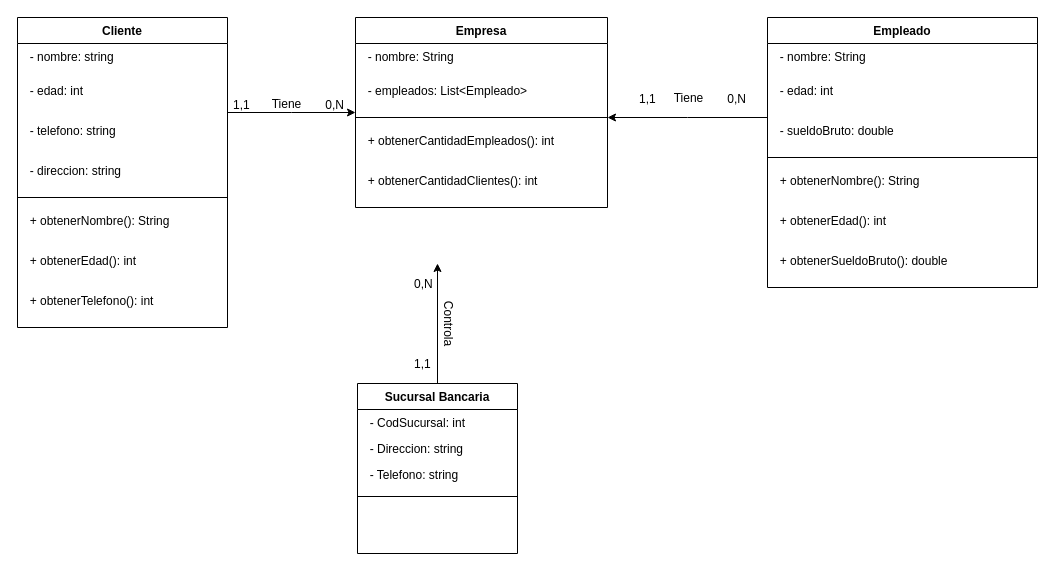
The draw.io diagram DEVELOPMENT ENVIRONMENT/PRÁCTICA 7.1/Ejercicio 1.drawio in SerDieFer/1-DAW, before the edit. Source tidied: cells renumbered, new cells numbered last; positions are measured from the earlier drawing's top-left corner, leaving out a move shared by most shapes. Both pictures are drawn from the tidied source at 100%, with x=0, y=0 at pixel (17, 17).
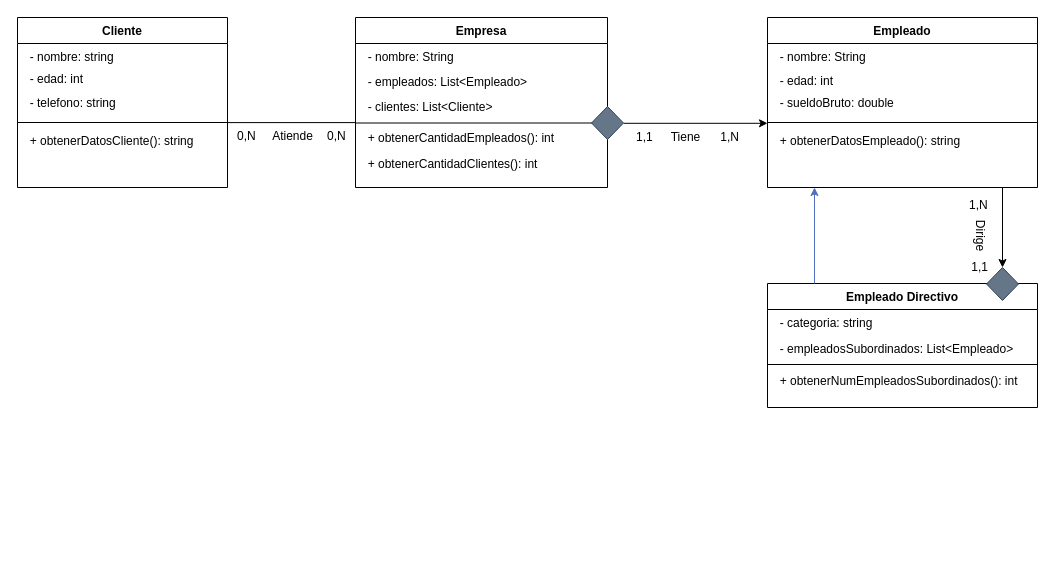
After the change.

Diff of the diagram source:
```diff
@@
     <mxCell id="2" value="Cliente" style="swimlane;fontStyle=1;align=center;verticalAlign=top;horizontal=1;startSize=26;rounded=0;shadow=0;strokeWidth=1;" parent="1" vertex="1">
-      <mxGeometry width="210" height="310" as="geometry" />
+      <mxGeometry width="210" height="170" as="geometry" />
     </mxCell>
+    <mxCell id="42" style="group;" parent="2" vertex="1">
+      <mxGeometry y="26" width="210" height="74" as="geometry" />
+    </mxCell>
-    <mxCell id="3" value="  - nombre: string" style="text;align=left;verticalAlign=top;spacingLeft=4;spacingRight=4;overflow=hidden;" parent="2" vertex="1">
-      <mxGeometry y="26" width="210" height="34" as="geometry" />
+    <mxCell id="3" value="  - nombre: string" style="text;align=left;verticalAlign=top;spacingLeft=4;spacingRight=4;overflow=hidden;" parent="42" vertex="1">
+      <mxGeometry width="210" height="22.1" as="geometry" />
     </mxCell>
-    <mxCell id="4" value="  - edad: int" style="text;align=left;verticalAlign=top;spacingLeft=4;spacingRight=4;overflow=hidden;" parent="2" vertex="1">
-      <mxGeometry y="60" width="210" height="40" as="geometry" />
+    <mxCell id="4" value="  - edad: int" style="text;align=left;verticalAlign=top;spacingLeft=4;spacingRight=4;overflow=hidden;" parent="42" vertex="1">
+      <mxGeometry y="22.1" width="210" height="26" as="geometry" />
     </mxCell>
-    <mxCell id="5" value="  - telefono: string" style="text;align=left;verticalAlign=top;spacingLeft=4;spacingRight=4;overflow=hidden;rounded=0;shadow=0;html=0;" parent="2" vertex="1">
-      <mxGeometry y="100" width="210" height="40" as="geometry" />
+    <mxCell id="5" value="  - telefono: string" style="text;align=left;verticalAlign=top;spacingLeft=4;spacingRight=4;overflow=hidden;rounded=0;shadow=0;html=0;" parent="42" vertex="1">
+      <mxGeometry y="46.2" width="210" height="27.8" as="geometry" />
     </mxCell>
-    <mxCell id="6" value="  - direccion: string" style="text;align=left;verticalAlign=top;spacingLeft=4;spacingRight=4;overflow=hidden;rounded=0;shadow=0;html=0;" parent="2" vertex="1">
-      <mxGeometry y="140" width="210" height="30" as="geometry" />
-    </mxCell>
     <mxCell id="7" style="line;html=1;strokeWidth=1;align=left;verticalAlign=middle;spacingTop=-1;spacingLeft=3;spacingRight=3;labelPosition=right;" parent="2" vertex="1">
-      <mxGeometry y="170" width="210" height="20" as="geometry" />
+      <mxGeometry y="100" width="210" height="10" as="geometry" />
     </mxCell>
-    <mxCell id="8" value="  + obtenerNombre(): String" style="text;align=left;verticalAlign=top;spacingLeft=4;spacingRight=4;overflow=hidden;" parent="2" vertex="1">
-      <mxGeometry y="190" width="210" height="40" as="geometry" />
-    </mxCell>
-    <mxCell id="9" value="  + obtenerEdad(): int" style="text;align=left;verticalAlign=top;spacingLeft=4;spacingRight=4;overflow=hidden;rounded=0;shadow=0;html=0;" parent="2" vertex="1">
-      <mxGeometry y="230" width="210" height="40" as="geometry" />
-    </mxCell>
-    <mxCell id="10" value="  + obtenerTelefono(): int" style="text;align=left;verticalAlign=top;spacingLeft=4;spacingRight=4;overflow=hidden;rounded=0;shadow=0;html=0;" parent="2" vertex="1">
-      <mxGeometry y="270" width="210" height="40" as="geometry" />
-    </mxCell>
-    <mxCell id="11" style="edgeStyle=orthogonalEdgeStyle;rounded=0;jettySize=auto;html=1;exitX=0.5;exitY=0;exitDx=0;exitDy=0;endArrow=classic;endFill=1;" parent="1" edge="1" source="12">
-      <mxGeometry relative="1" as="geometry">
-        <mxPoint x="420" y="246" as="targetPoint" />
-      </mxGeometry>
-    </mxCell>
-    <mxCell id="12" value="Sucursal Bancaria" style="swimlane;fontStyle=1;align=center;verticalAlign=top;horizontal=1;startSize=26;rounded=0;shadow=0;strokeWidth=1;" parent="1" vertex="1">
-      <mxGeometry x="340" y="366" width="160" height="170" as="geometry" />
-    </mxCell>
-    <mxCell id="13" value="  - CodSucursal: int" style="text;align=left;verticalAlign=top;spacingLeft=4;spacingRight=4;overflow=hidden;" parent="12" vertex="1">
-      <mxGeometry y="26" width="160" height="26" as="geometry" />
-    </mxCell>
-    <mxCell id="14" value="  - Direccion: string" style="text;align=left;verticalAlign=top;spacingLeft=4;spacingRight=4;overflow=hidden;rounded=0;shadow=0;html=0;" parent="12" vertex="1">
-      <mxGeometry y="52" width="160" height="26" as="geometry" />
-    </mxCell>
-    <mxCell id="15" value="  - Telefono: string" style="text;align=left;verticalAlign=top;spacingLeft=4;spacingRight=4;overflow=hidden;rounded=0;shadow=0;html=0;" parent="12" vertex="1">
-      <mxGeometry y="78" width="160" height="32" as="geometry" />
-    </mxCell>
-    <mxCell id="16" style="line;html=1;strokeWidth=1;align=left;verticalAlign=middle;spacingTop=-1;spacingLeft=3;spacingRight=3;labelPosition=right;" parent="12" vertex="1">
-      <mxGeometry y="110" width="160" height="6" as="geometry" />
-    </mxCell>
+    <mxCell id="43" value="  + obtenerDatosCliente(): string" style="text;align=left;verticalAlign=top;spacingLeft=4;spacingRight=4;overflow=hidden;rounded=0;shadow=0;html=0;" parent="2" vertex="1">
+      <mxGeometry y="110" width="210" height="60" as="geometry" />
+    </mxCell>
     <mxCell id="17" value="Empleado" style="swimlane;fontStyle=1;align=center;verticalAlign=top;horizontal=1;startSize=26;rounded=0;shadow=0;strokeWidth=1;" parent="1" vertex="1">
-      <mxGeometry x="750" width="270" height="270" as="geometry" />
+      <mxGeometry x="750" width="270" height="170" as="geometry" />
     </mxCell>
+    <mxCell id="44" style="group;" parent="17" vertex="1">
+      <mxGeometry y="26" width="270" height="74" as="geometry" />
+    </mxCell>
-    <mxCell id="18" value="  - nombre: String" style="text;align=left;verticalAlign=top;spacingLeft=4;spacingRight=4;overflow=hidden;rounded=0;shadow=0;html=0;" parent="17" vertex="1">
-      <mxGeometry y="26" width="270" height="34" as="geometry" />
+    <mxCell id="18" value="  - nombre: String" style="text;align=left;verticalAlign=top;spacingLeft=4;spacingRight=4;overflow=hidden;rounded=0;shadow=0;html=0;" parent="44" vertex="1">
+      <mxGeometry width="270" height="24.2" as="geometry" />
     </mxCell>
-    <mxCell id="19" value="  - edad: int&#10;" style="text;align=left;verticalAlign=top;spacingLeft=4;spacingRight=4;overflow=hidden;rounded=0;shadow=0;html=0;" parent="17" vertex="1">
-      <mxGeometry y="60" width="270" height="40" as="geometry" />
+    <mxCell id="19" value="  - edad: int&#10;" style="text;align=left;verticalAlign=top;spacingLeft=4;spacingRight=4;overflow=hidden;rounded=0;shadow=0;html=0;" parent="44" vertex="1">
+      <mxGeometry y="24.2" width="270" height="25.8" as="geometry" />
     </mxCell>
-    <mxCell id="20" value="  - sueldoBruto: double&#10;" style="text;align=left;verticalAlign=top;spacingLeft=4;spacingRight=4;overflow=hidden;rounded=0;shadow=0;html=0;" parent="17" vertex="1">
-      <mxGeometry y="100" width="270" height="30" as="geometry" />
+    <mxCell id="20" value="  - sueldoBruto: double&#10;" style="text;align=left;verticalAlign=top;spacingLeft=4;spacingRight=4;overflow=hidden;rounded=0;shadow=0;html=0;" parent="44" vertex="1">
+      <mxGeometry y="46" width="270" height="21.3" as="geometry" />
     </mxCell>
     <mxCell id="21" style="line;html=1;strokeWidth=1;align=left;verticalAlign=middle;spacingTop=-1;spacingLeft=3;spacingRight=3;labelPosition=right;" parent="17" vertex="1">
-      <mxGeometry y="130" width="270" height="20" as="geometry" />
+      <mxGeometry y="100" width="270" height="10" as="geometry" />
     </mxCell>
-    <mxCell id="22" value="  + obtenerNombre(): String" style="text;align=left;verticalAlign=top;spacingLeft=4;spacingRight=4;overflow=hidden;" parent="17" vertex="1">
-      <mxGeometry y="150" width="270" height="40" as="geometry" />
-    </mxCell>
-    <mxCell id="23" value="  + obtenerEdad(): int" style="text;align=left;verticalAlign=top;spacingLeft=4;spacingRight=4;overflow=hidden;rounded=0;shadow=0;html=0;" parent="17" vertex="1">
-      <mxGeometry y="190" width="270" height="40" as="geometry" />
-    </mxCell>
-    <mxCell id="24" value="  + obtenerSueldoBruto(): double" style="text;align=left;verticalAlign=top;spacingLeft=4;spacingRight=4;overflow=hidden;rounded=0;shadow=0;html=0;" parent="17" vertex="1">
-      <mxGeometry y="230" width="270" height="40" as="geometry" />
-    </mxCell>
-    <mxCell id="25" style="endArrow=classic;endSize=6;endFill=1;shadow=0;strokeWidth=1;rounded=0;curved=0;edgeStyle=elbowEdgeStyle;elbow=vertical;strokeColor=default;" parent="1" edge="1">
-      <mxGeometry relative="1" as="geometry">
-        <mxPoint x="750" y="100" as="sourcePoint" />
-        <mxPoint x="590" y="100" as="targetPoint" />
-        <Array as="points">
-          <mxPoint x="670" y="100" />
-          <mxPoint x="678.7" y="130" />
-          <mxPoint x="618.7" y="130" />
-        </Array>
-      </mxGeometry>
-    </mxCell>
+    <mxCell id="45" value="  + obtenerDatosEmpleado(): string" style="text;align=left;verticalAlign=top;spacingLeft=4;spacingRight=4;overflow=hidden;rounded=0;shadow=0;html=0;" parent="17" vertex="1">
+      <mxGeometry y="110" width="270" height="40" as="geometry" />
+    </mxCell>
     <mxCell id="26" value="Empresa" style="swimlane;fontStyle=1;align=center;verticalAlign=top;horizontal=1;startSize=26;rounded=0;shadow=0;strokeWidth=1;" parent="1" vertex="1">
-      <mxGeometry x="338" width="252" height="190" as="geometry" />
+      <mxGeometry x="338" width="252" height="170" as="geometry" />
     </mxCell>
+    <mxCell id="46" style="group;" parent="26" vertex="1">
+      <mxGeometry y="26" width="252" height="74" as="geometry" />
+    </mxCell>
-    <mxCell id="27" value="  - nombre: String" style="text;align=left;verticalAlign=top;spacingLeft=4;spacingRight=4;overflow=hidden;" parent="26" vertex="1">
-      <mxGeometry y="26" width="252" height="34" as="geometry" />
+    <mxCell id="27" value="  - nombre: String" style="text;align=left;verticalAlign=top;spacingLeft=4;spacingRight=4;overflow=hidden;" parent="46" vertex="1">
+      <mxGeometry width="252" height="24.2" as="geometry" />
     </mxCell>
-    <mxCell id="28" value="  - empleados: List&lt;Empleado&gt;" style="text;align=left;verticalAlign=top;spacingLeft=4;spacingRight=4;overflow=hidden;rounded=1;" parent="26" vertex="1">
-      <mxGeometry y="60" width="252" height="30" as="geometry" />
+    <mxCell id="28" value="  - empleados: List&lt;Empleado&gt;" style="text;align=left;verticalAlign=top;spacingLeft=4;spacingRight=4;overflow=hidden;rounded=1;" parent="46" vertex="1">
+      <mxGeometry y="25.2" width="252" height="28.7" as="geometry" />
     </mxCell>
+    <mxCell id="47" value="  - clientes: List&lt;Cliente&gt;" style="text;align=left;verticalAlign=top;spacingLeft=4;spacingRight=4;overflow=hidden;rounded=1;" parent="46" vertex="1">
+      <mxGeometry y="49.6" width="252" height="21.3" as="geometry" />
+    </mxCell>
+    <mxCell id="48" style="group;" parent="26" vertex="1">
+      <mxGeometry y="100" width="252" height="60" as="geometry" />
+    </mxCell>
+    <mxCell id="49" style="group;" parent="48" vertex="1">
+      <mxGeometry width="252" height="33.1" as="geometry" />
+    </mxCell>
+    <mxCell id="30" value="  + obtenerCantidadEmpleados(): int&#10;" style="text;align=left;verticalAlign=top;spacingLeft=4;spacingRight=4;overflow=hidden;" parent="49" vertex="1">
+      <mxGeometry y="6.6" width="252" height="19.9" as="geometry" />
+    </mxCell>
-    <mxCell id="29" style="line;html=1;strokeWidth=1;align=left;verticalAlign=middle;spacingTop=-1;spacingLeft=3;spacingRight=3;labelPosition=right;" parent="26" vertex="1">
-      <mxGeometry y="90" width="252" height="20" as="geometry" />
+    <mxCell id="29" style="line;html=1;strokeWidth=1;align=left;verticalAlign=middle;spacingTop=-1;spacingLeft=3;spacingRight=3;labelPosition=right;" parent="49" vertex="1">
+      <mxGeometry width="252" height="11" as="geometry" />
     </mxCell>
-    <mxCell id="30" value="  + obtenerCantidadEmpleados(): int&#10;" style="text;align=left;verticalAlign=top;spacingLeft=4;spacingRight=4;overflow=hidden;" parent="26" vertex="1">
-      <mxGeometry y="110" width="252" height="40" as="geometry" />
-    </mxCell>
-    <mxCell id="31" value="  + obtenerCantidadClientes(): int" style="text;align=left;verticalAlign=top;spacingLeft=4;spacingRight=4;overflow=hidden;rounded=0;shadow=0;html=0;" parent="26" vertex="1">
-      <mxGeometry y="150" width="252" height="38" as="geometry" />
+    <mxCell id="31" value="  + obtenerCantidadClientes(): int" style="text;align=left;verticalAlign=top;spacingLeft=4;spacingRight=4;overflow=hidden;rounded=0;shadow=0;html=0;" parent="48" vertex="1">
+      <mxGeometry y="33.1" width="252" height="26.9" as="geometry" />
     </mxCell>
-    <mxCell id="32" style="endArrow=classic;shadow=0;strokeWidth=1;rounded=0;curved=0;endFill=1;edgeStyle=elbowEdgeStyle;elbow=vertical;" parent="1" edge="1" source="2" target="26">
-      <mxGeometry x="0.5" y="41" relative="1" as="geometry">
-        <mxPoint x="-40" y="32" as="offset" />
-      </mxGeometry>
-    </mxCell>
-    <mxCell id="33" value="1,1" style="align=left;verticalAlign=bottom;labelBackgroundColor=none;fontSize=12;" parent="32" vertex="1">
-      <mxGeometry x="-1" relative="1" as="geometry">
-        <mxPoint x="4" y="1" as="offset" />
-      </mxGeometry>
-    </mxCell>
-    <mxCell id="34" value="0,N" style="align=right;verticalAlign=bottom;labelBackgroundColor=none;fontSize=12;" parent="32" vertex="1">
-      <mxGeometry x="1" relative="1" as="geometry">
-        <mxPoint x="-10" y="1" as="offset" />
-      </mxGeometry>
-    </mxCell>
-    <mxCell id="35" value="Tiene" style="text;html=1;align=center;verticalAlign=middle;labelBackgroundColor=none;rounded=0;shadow=0;strokeWidth=1;fontSize=12;" parent="32" vertex="1">
-      <mxGeometry x="0.5" y="49" relative="1" as="geometry">
-        <mxPoint x="-38" y="40" as="offset" />
-      </mxGeometry>
-    </mxCell>
-    <mxCell id="36" value="Controla" style="text;html=1;align=center;verticalAlign=middle;labelBackgroundColor=none;rounded=0;shadow=0;strokeWidth=1;fontSize=12;rotation=90;" parent="1" vertex="1">
-      <mxGeometry x="512" y="150" as="geometry">
-        <mxPoint x="155" y="80" as="offset" />
-      </mxGeometry>
-    </mxCell>
-    <mxCell id="37" value="1,1" style="align=left;verticalAlign=bottom;labelBackgroundColor=none;fontSize=12;" parent="1" vertex="1">
-      <mxGeometry x="254" y="286" as="geometry">
-        <mxPoint x="141" y="69" as="offset" />
-      </mxGeometry>
-    </mxCell>
-    <mxCell id="38" value="0,N" style="align=left;verticalAlign=bottom;labelBackgroundColor=none;fontSize=12;" parent="1" vertex="1">
-      <mxGeometry x="254" y="206" as="geometry">
-        <mxPoint x="141" y="69" as="offset" />
-      </mxGeometry>
-    </mxCell>
     <mxCell id="39" value="1,1" style="align=left;verticalAlign=bottom;labelBackgroundColor=none;fontSize=12;" parent="1" vertex="1">
-      <mxGeometry x="620" y="89.5" as="geometry" />
+      <mxGeometry x="617" y="128" as="geometry" />
     </mxCell>
-    <mxCell id="40" value="0,N" style="align=right;verticalAlign=bottom;labelBackgroundColor=none;fontSize=12;" parent="1" vertex="1">
-      <mxGeometry x="730" y="89.5" as="geometry" />
+    <mxCell id="40" value="1,N" style="align=right;verticalAlign=bottom;labelBackgroundColor=none;fontSize=12;" parent="1" vertex="1">
+      <mxGeometry x="723" y="128" as="geometry" />
     </mxCell>
     <mxCell id="41" value="Tiene" style="text;html=1;align=center;verticalAlign=middle;labelBackgroundColor=none;rounded=0;shadow=0;strokeWidth=1;fontSize=12;" parent="1" vertex="1">
-      <mxGeometry x="670" y="80.5" as="geometry" />
+      <mxGeometry x="667" y="119" as="geometry" />
     </mxCell>
+    <mxCell id="50" style="endArrow=none;endSize=6;endFill=0;shadow=0;strokeWidth=1;rounded=0;curved=0;edgeStyle=elbowEdgeStyle;elbow=vertical;strokeColor=default;entryX=1;entryY=0.5;entryDx=0;entryDy=0;startArrow=classic;startFill=1;" parent="1" edge="1" target="51">
+      <mxGeometry relative="1" as="geometry">
+        <mxPoint x="750" y="105.8" as="sourcePoint" />
+        <Array as="points">
+          <mxPoint x="670" y="105.8" />
+        </Array>
+      </mxGeometry>
+    </mxCell>
+    <mxCell id="51" style="rhombus;whiteSpace=wrap;html=1;fillColor=#647687;fontColor=#ffffff;strokeColor=#314354;" parent="1" vertex="1">
+      <mxGeometry x="574" y="89" width="32" height="33" as="geometry" />
+    </mxCell>
+    <mxCell id="52" value="Empleado Directivo" style="swimlane;fontStyle=1;align=center;verticalAlign=top;horizontal=1;startSize=26;rounded=0;shadow=0;strokeWidth=1;" parent="1" vertex="1">
+      <mxGeometry x="750" y="266" width="270" height="124" as="geometry" />
+    </mxCell>
+    <mxCell id="53" value="  - categoria: string" style="text;align=left;verticalAlign=top;spacingLeft=4;spacingRight=4;overflow=hidden;" parent="52" vertex="1">
+      <mxGeometry y="26" width="270" height="26" as="geometry" />
+    </mxCell>
+    <mxCell id="54" value="  - empleadosSubordinados: List&lt;Empleado&gt;" style="text;align=left;verticalAlign=top;spacingLeft=4;spacingRight=4;overflow=hidden;rounded=0;shadow=0;html=0;" parent="52" vertex="1">
+      <mxGeometry y="52" width="270" height="26" as="geometry" />
+    </mxCell>
+    <mxCell id="55" style="line;html=1;strokeWidth=1;align=left;verticalAlign=middle;spacingTop=-1;spacingLeft=3;spacingRight=3;labelPosition=right;" parent="52" vertex="1">
+      <mxGeometry y="78" width="270" height="6" as="geometry" />
+    </mxCell>
+    <mxCell id="56" value="  + obtenerNumEmpleadosSubordinados(): int&#10;" style="text;align=left;verticalAlign=top;spacingLeft=4;spacingRight=4;overflow=hidden;" parent="52" vertex="1">
+      <mxGeometry y="84" width="270" height="40" as="geometry" />
+    </mxCell>
+    <mxCell id="57" style="endArrow=classic;html=1;rounded=0;exitX=0.25;exitY=0;exitDx=0;exitDy=0;entryX=0.148;entryY=1;entryDx=0;entryDy=0;entryPerimeter=0;fillColor=#dae8fc;strokeColor=#526FBF;" parent="1" edge="1">
+      <mxGeometry relative="1" as="geometry">
+        <mxPoint x="797" y="266" as="sourcePoint" />
+        <mxPoint x="797" y="170" as="targetPoint" />
+      </mxGeometry>
+    </mxCell>
+    <mxCell id="58" style="rhombus;whiteSpace=wrap;html=1;fillColor=#647687;fontColor=#ffffff;strokeColor=#314354;" parent="1" vertex="1">
+      <mxGeometry x="969" y="250" width="32" height="33" as="geometry" />
+    </mxCell>
+    <mxCell id="59" style="rounded=0;jettySize=auto;html=1;entryX=0.5;entryY=0;entryDx=0;entryDy=0;" parent="1" edge="1" target="58">
+      <mxGeometry relative="1" as="geometry">
+        <mxPoint x="985" y="170" as="sourcePoint" />
+      </mxGeometry>
+    </mxCell>
+    <mxCell id="60" value="1,1" style="align=right;verticalAlign=bottom;labelBackgroundColor=none;fontSize=12;" parent="1" vertex="1">
+      <mxGeometry x="972" y="258" as="geometry" />
+    </mxCell>
+    <mxCell id="61" value="1,N" style="align=left;verticalAlign=bottom;labelBackgroundColor=none;fontSize=12;" parent="1" vertex="1">
+      <mxGeometry x="950" y="196" as="geometry" />
+    </mxCell>
+    <mxCell id="62" value="0,N" style="align=left;verticalAlign=bottom;labelBackgroundColor=none;fontSize=12;" parent="1" vertex="1">
+      <mxGeometry x="308" y="127" as="geometry" />
+    </mxCell>
+    <mxCell id="63" style="rounded=0;orthogonalLoop=1;jettySize=auto;html=1;strokeColor=default;endArrow=none;endFill=0;entryX=0.001;entryY=0.506;entryDx=0;entryDy=0;entryPerimeter=0;exitX=1.001;exitY=1.003;exitDx=0;exitDy=0;exitPerimeter=0;" parent="1" edge="1">
+      <mxGeometry relative="1" as="geometry">
+        <mxPoint x="210.2" y="105.1" as="sourcePoint" />
+        <mxPoint x="338.3" y="105.1" as="targetPoint" />
+      </mxGeometry>
+    </mxCell>
+    <mxCell id="64" value="0,N" style="align=left;verticalAlign=bottom;labelBackgroundColor=none;fontSize=12;" parent="1" vertex="1">
+      <mxGeometry x="218" y="127" as="geometry" />
+    </mxCell>
+    <mxCell id="65" value="Atiende" style="text;html=1;align=center;verticalAlign=middle;labelBackgroundColor=none;rounded=0;shadow=0;strokeWidth=1;fontSize=12;" parent="1" vertex="1">
+      <mxGeometry x="274" y="118" as="geometry" />
+    </mxCell>
+    <mxCell id="66" value="Dirige" style="text;html=1;align=center;verticalAlign=middle;labelBackgroundColor=none;rounded=0;shadow=0;strokeWidth=1;fontSize=12;rotation=90;" parent="1" vertex="1">
+      <mxGeometry x="963" y="225" as="geometry">
+        <mxPoint x="-8" y="-1" as="offset" />
+      </mxGeometry>
+    </mxCell>
```
